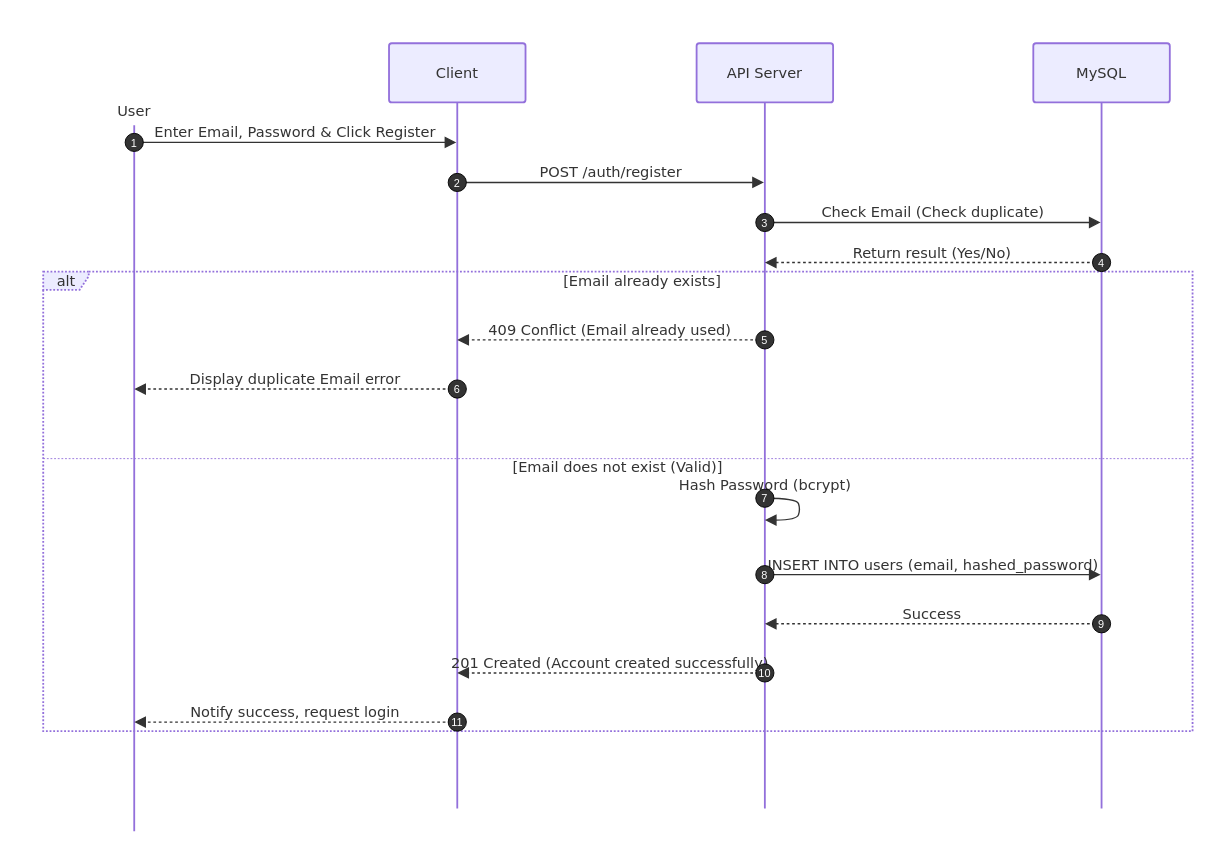
The draw.io diagram page "Registration" (12 of 14) of docs/system-design/drawio/Sequence-Diagrams.drawio in tdat-dev/Zoldify_Backend, before the edit. Source tidied: cells renumbered, new cells numbered last; positions are measured from the earlier drawing's top-left corner, leaving out a move shared by most shapes. Both pictures are drawn from the tidied source at 91%, with x=0, y=0 at pixel (15, 15).
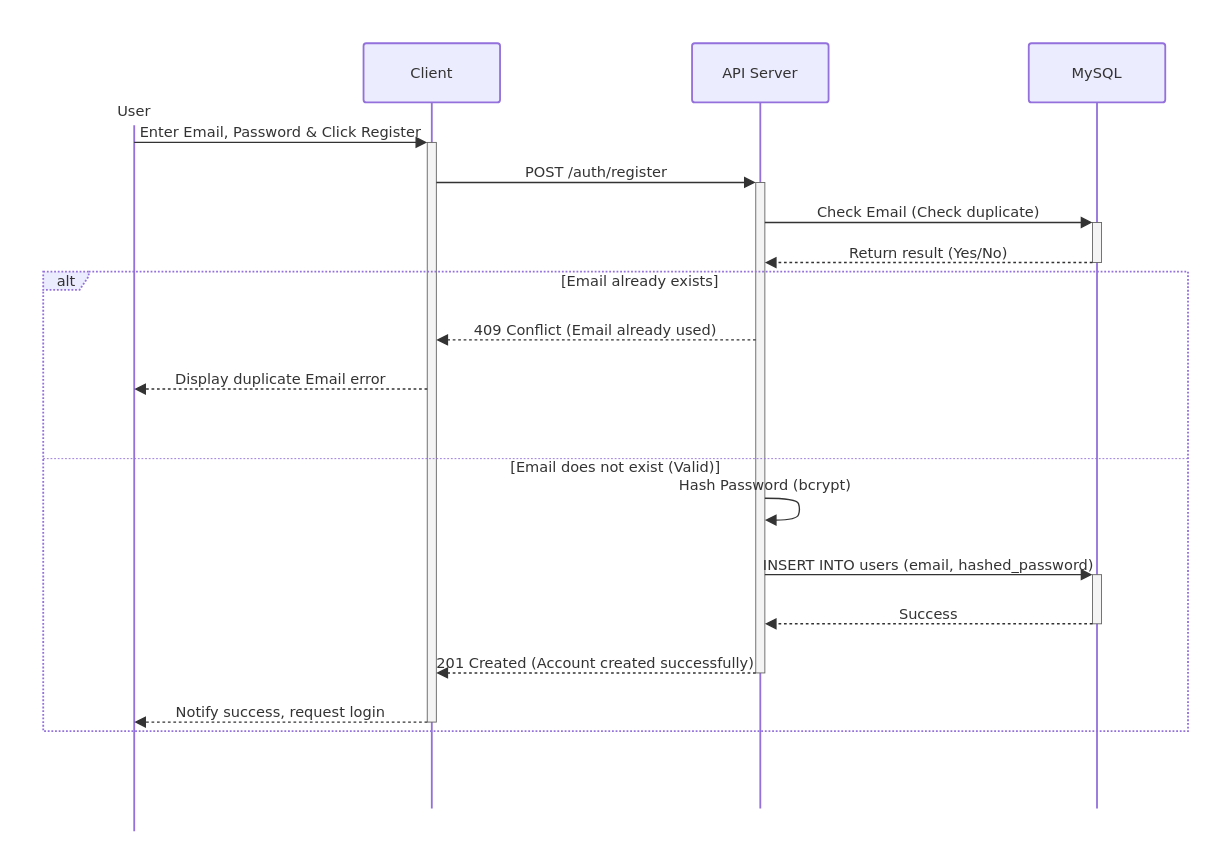
The same page after the edit.

Unchanged cells that the change refers to:
```xml
<mxCell id="2" style="group;transparentBounds=1;editIcon=1;lockedGroup=0;groupPadding=10;" parent="1" vertex="1">
  <mxGeometry as="geometry" />
</mxCell>
<mxCell id="3" value="User" style="html=1;shape=umlLifeline;perimeter=lifelinePerimeter;whiteSpace=wrap;outlineConnect=0;portConstraint=eastwest;newEdgeStyle={&quot;edgeStyle&quot;:&quot;elbowEdgeStyle&quot;,&quot;elbow&quot;:&quot;vertical&quot;,&quot;curved&quot;:0,&quot;rounded&quot;:0};lifelineDashed=0;strokeWidth=2;rounded=1;absoluteArcSize=1;arcSize=6;lifelineColor=light-dark(#9370DB,#cccccc);participant=seqActorStick;verticalAlign=bottom;align=center;spacingBottom=4;size=90;lifelineMirror=1;fillColor=light-dark(#ECECFF,#1f2020);strokeColor=light-dark(#9370DB,#cccccc);fontColor=light-dark(#333333,#cccccc);fontFamily=Trebuchet MS,Verdana,Arial,sans-serif;fontSize=16;" parent="2" vertex="1">
  <mxGeometry x="55" y="30" width="150" height="866" as="geometry" />
</mxCell>
```

What changed in the source:
```diff
@@
     <mxCell id="4" value="Client" style="html=1;shape=umlLifeline;perimeter=lifelinePerimeter;whiteSpace=wrap;outlineConnect=0;portConstraint=eastwest;newEdgeStyle={&quot;edgeStyle&quot;:&quot;elbowEdgeStyle&quot;,&quot;elbow&quot;:&quot;vertical&quot;,&quot;curved&quot;:0,&quot;rounded&quot;:0};lifelineDashed=0;strokeWidth=2;rounded=1;absoluteArcSize=1;arcSize=6;lifelineColor=light-dark(#9370DB,#cccccc);size=65;lifelineMirror=1;fillColor=light-dark(#ECECFF,#1f2020);strokeColor=light-dark(#9370DB,#cccccc);fontColor=light-dark(#333333,#cccccc);fontFamily=Trebuchet MS,Verdana,Arial,sans-serif;fontSize=16;" parent="2" vertex="1">
-      <mxGeometry x="410" y="30" width="150" height="841" as="geometry" />
+      <mxGeometry x="382" y="30" width="150" height="841" as="geometry" />
     </mxCell>
+    <mxCell id="34" style="html=1;points=[];perimeter=orthogonalPerimeter;outlineConnect=0;targetShapes=umlLifeline;portConstraint=eastwest;newEdgeStyle={&quot;edgeStyle&quot;:&quot;elbowEdgeStyle&quot;,&quot;elbow&quot;:&quot;vertical&quot;,&quot;curved&quot;:0,&quot;rounded&quot;:0};fillColor=light-dark(#f4f4f4,#2a2a2a);strokeColor=light-dark(#666666,#cccccc);fontColor=light-dark(#333333,#cccccc);fontFamily=Trebuchet MS,Verdana,Arial,sans-serif;fontSize=16;" parent="4" vertex="1">
+      <mxGeometry x="70" y="109" width="10" height="637" as="geometry" />
+    </mxCell>
     <mxCell id="5" value="API Server" style="html=1;shape=umlLifeline;perimeter=lifelinePerimeter;whiteSpace=wrap;outlineConnect=0;portConstraint=eastwest;newEdgeStyle={&quot;edgeStyle&quot;:&quot;elbowEdgeStyle&quot;,&quot;elbow&quot;:&quot;vertical&quot;,&quot;curved&quot;:0,&quot;rounded&quot;:0};lifelineDashed=0;strokeWidth=2;rounded=1;absoluteArcSize=1;arcSize=6;lifelineColor=light-dark(#9370DB,#cccccc);size=65;lifelineMirror=1;fillColor=light-dark(#ECECFF,#1f2020);strokeColor=light-dark(#9370DB,#cccccc);fontColor=light-dark(#333333,#cccccc);fontFamily=Trebuchet MS,Verdana,Arial,sans-serif;fontSize=16;" parent="2" vertex="1">
-      <mxGeometry x="748" y="30" width="150" height="841" as="geometry" />
+      <mxGeometry x="743" y="30" width="150" height="841" as="geometry" />
     </mxCell>
+    <mxCell id="35" style="html=1;points=[];perimeter=orthogonalPerimeter;outlineConnect=0;targetShapes=umlLifeline;portConstraint=eastwest;newEdgeStyle={&quot;edgeStyle&quot;:&quot;elbowEdgeStyle&quot;,&quot;elbow&quot;:&quot;vertical&quot;,&quot;curved&quot;:0,&quot;rounded&quot;:0};fillColor=light-dark(#f4f4f4,#2a2a2a);strokeColor=light-dark(#666666,#cccccc);fontColor=light-dark(#333333,#cccccc);fontFamily=Trebuchet MS,Verdana,Arial,sans-serif;fontSize=16;" parent="5" vertex="1">
+      <mxGeometry x="70" y="153" width="10" height="539" as="geometry" />
+    </mxCell>
+    <mxCell id="36" style="edgeStyle=none;curved=1;endArrow=block;endSize=9;verticalAlign=bottom;align=center;fontSize=16;labelBackgroundColor=none;strokeWidth=1.5;strokeColor=light-dark(#333333,#cccccc);fontColor=light-dark(#333333,#cccccc);fontFamily=Trebuchet MS,Verdana,Arial,sans-serif;rounded=0;" parent="5" edge="1" source="35" target="35">
+      <mxGeometry relative="1" as="geometry">
+        <Array as="points">
+          <mxPoint x="115" y="500" />
+          <mxPoint x="119" y="512" />
+          <mxPoint x="115" y="524" />
+        </Array>
+      </mxGeometry>
+    </mxCell>
     <mxCell id="6" value="MySQL" style="html=1;shape=umlLifeline;perimeter=lifelinePerimeter;whiteSpace=wrap;outlineConnect=0;portConstraint=eastwest;newEdgeStyle={&quot;edgeStyle&quot;:&quot;elbowEdgeStyle&quot;,&quot;elbow&quot;:&quot;vertical&quot;,&quot;curved&quot;:0,&quot;rounded&quot;:0};lifelineDashed=0;strokeWidth=2;rounded=1;absoluteArcSize=1;arcSize=6;lifelineColor=light-dark(#9370DB,#cccccc);size=65;lifelineMirror=1;fillColor=light-dark(#ECECFF,#1f2020);strokeColor=light-dark(#9370DB,#cccccc);fontColor=light-dark(#333333,#cccccc);fontFamily=Trebuchet MS,Verdana,Arial,sans-serif;fontSize=16;" parent="2" vertex="1">
-      <mxGeometry x="1118" y="30" width="150" height="841" as="geometry" />
+      <mxGeometry x="1113" y="30" width="150" height="841" as="geometry" />
     </mxCell>
+    <mxCell id="37" style="html=1;points=[];perimeter=orthogonalPerimeter;outlineConnect=0;targetShapes=umlLifeline;portConstraint=eastwest;newEdgeStyle={&quot;edgeStyle&quot;:&quot;elbowEdgeStyle&quot;,&quot;elbow&quot;:&quot;vertical&quot;,&quot;curved&quot;:0,&quot;rounded&quot;:0};fillColor=light-dark(#f4f4f4,#2a2a2a);strokeColor=light-dark(#666666,#cccccc);fontColor=light-dark(#333333,#cccccc);fontFamily=Trebuchet MS,Verdana,Arial,sans-serif;fontSize=16;" parent="6" vertex="1">
+      <mxGeometry x="70" y="197" width="10" height="44" as="geometry" />
+    </mxCell>
+    <mxCell id="38" style="html=1;points=[];perimeter=orthogonalPerimeter;outlineConnect=0;targetShapes=umlLifeline;portConstraint=eastwest;newEdgeStyle={&quot;edgeStyle&quot;:&quot;elbowEdgeStyle&quot;,&quot;elbow&quot;:&quot;vertical&quot;,&quot;curved&quot;:0,&quot;rounded&quot;:0};fillColor=light-dark(#f4f4f4,#2a2a2a);strokeColor=light-dark(#666666,#cccccc);fontColor=light-dark(#333333,#cccccc);fontFamily=Trebuchet MS,Verdana,Arial,sans-serif;fontSize=16;" parent="6" vertex="1">
+      <mxGeometry x="70" y="584" width="10" height="54" as="geometry" />
+    </mxCell>
     <mxCell id="7" value="alt" style="html=1;shape=umlFrame;dashed=1;fixDash=1;dashPattern=2 2;strokeWidth=2;fillColor=light-dark(#ECECFF,#1f2020);strokeColor=light-dark(#9370DB,#cccccc);fontSize=16;align=center;verticalAlign=middle;fontFamily=Trebuchet MS,Verdana,Arial,sans-serif;fontColor=light-dark(#333333,#cccccc);height=20;width=50;" parent="2" vertex="1">
-      <mxGeometry x="30" y="281" width="1263" height="505" as="geometry" />
+      <mxGeometry x="30" y="281" width="1258" height="505" as="geometry" />
     </mxCell>
     <mxCell id="8" value="[Email already exists]" style="text;strokeColor=none;fillColor=none;align=center;verticalAlign=middle;whiteSpace=wrap;fontSize=16;fontFamily=Trebuchet MS,Verdana,Arial,sans-serif;fontColor=light-dark(#333333,#cccccc);" parent="7" vertex="1">
-      <mxGeometry x="54" y="2" width="1209" height="16" as="geometry" />
+      <mxGeometry x="54" y="2" width="1204" height="16" as="geometry" />
     </mxCell>
-    <mxCell id="9" style="shape=line;dashed=1;fixDash=1;dashPattern=2 2;strokeColor=light-dark(#9370DB,#cccccc);" parent="7" vertex="1">
-      <mxGeometry y="205" width="1263" height="1" as="geometry" />
-    </mxCell>
+    <mxCell id="39" style="shape=line;dashed=1;fixDash=1;dashPattern=2 2;strokeColor=light-dark(#9370DB,#cccccc);" parent="7" vertex="1">
+      <mxGeometry y="205" width="1258" height="1" as="geometry" />
+    </mxCell>
     <mxCell id="10" value="[Email does not exist (Valid)]" style="text;strokeColor=none;fillColor=none;align=center;verticalAlign=middle;whiteSpace=wrap;fontSize=16;fontFamily=Trebuchet MS,Verdana,Arial,sans-serif;fontColor=light-dark(#333333,#cccccc);" parent="7" vertex="1">
-      <mxGeometry y="207" width="1263" height="16" as="geometry" />
+      <mxGeometry y="207" width="1258" height="16" as="geometry" />
     </mxCell>
-    <mxCell id="11" value="Enter Email, Password &amp; Click Register" style="endArrow=block;endSize=9;verticalAlign=bottom;edgeStyle=elbowEdgeStyle;elbow=vertical;curved=0;rounded=0;fontSize=16;labelBackgroundColor=none;strokeWidth=1.5;strokeColor=light-dark(#333333,#cccccc);fontColor=light-dark(#333333,#cccccc);fontFamily=Trebuchet MS,Verdana,Arial,sans-serif;" parent="2" edge="1" source="3" target="4">
+    <mxCell id="11" value="Enter Email, Password &amp; Click Register" style="endArrow=block;endSize=9;verticalAlign=bottom;edgeStyle=elbowEdgeStyle;elbow=vertical;curved=0;rounded=0;fontSize=16;labelBackgroundColor=none;strokeWidth=1.5;strokeColor=light-dark(#333333,#cccccc);fontColor=light-dark(#333333,#cccccc);fontFamily=Trebuchet MS,Verdana,Arial,sans-serif;" parent="2" edge="1" source="3" target="34">
       <mxGeometry relative="1" as="geometry">
         <Array as="points">
-          <mxPoint x="308" y="139" />
+          <mxPoint x="291" y="139" />
         </Array>
       </mxGeometry>
     </mxCell>
-    <mxCell id="12" value="1" style="ellipse;fillColor=light-dark(#333333,#cccccc);align=center;verticalAlign=middle;fontColor=light-dark(#FFFFFF,#333333);fontSize=12;" parent="2" vertex="1">
-      <mxGeometry x="120" y="129" width="20" height="20" as="geometry" />
-    </mxCell>
-    <mxCell id="13" value="POST /auth/register" style="endArrow=block;endSize=9;verticalAlign=bottom;edgeStyle=elbowEdgeStyle;elbow=vertical;curved=0;rounded=0;fontSize=16;labelBackgroundColor=none;strokeWidth=1.5;strokeColor=light-dark(#333333,#cccccc);fontColor=light-dark(#333333,#cccccc);fontFamily=Trebuchet MS,Verdana,Arial,sans-serif;" parent="2" edge="1" source="4" target="5">
+    <mxCell id="13" value="POST /auth/register" style="endArrow=block;endSize=9;verticalAlign=bottom;edgeStyle=elbowEdgeStyle;elbow=vertical;curved=0;rounded=0;fontSize=16;labelBackgroundColor=none;strokeWidth=1.5;strokeColor=light-dark(#333333,#cccccc);fontColor=light-dark(#333333,#cccccc);fontFamily=Trebuchet MS,Verdana,Arial,sans-serif;" parent="2" edge="1" source="34" target="35">
       <mxGeometry relative="1" as="geometry">
         <Array as="points">
-          <mxPoint x="654" y="183" />
+          <mxPoint x="638" y="183" />
         </Array>
       </mxGeometry>
     </mxCell>
-    <mxCell id="14" value="2" style="ellipse;fillColor=light-dark(#333333,#cccccc);align=center;verticalAlign=middle;fontColor=light-dark(#FFFFFF,#333333);fontSize=12;" parent="2" vertex="1">
-      <mxGeometry x="475" y="173" width="20" height="20" as="geometry" />
-    </mxCell>
-    <mxCell id="15" value="Check Email (Check duplicate)" style="endArrow=block;endSize=9;verticalAlign=bottom;edgeStyle=elbowEdgeStyle;elbow=vertical;curved=0;rounded=0;fontSize=16;labelBackgroundColor=none;strokeWidth=1.5;strokeColor=light-dark(#333333,#cccccc);fontColor=light-dark(#333333,#cccccc);fontFamily=Trebuchet MS,Verdana,Arial,sans-serif;" parent="2" edge="1" source="5" target="6">
+    <mxCell id="15" value="Check Email (Check duplicate)" style="endArrow=block;endSize=9;verticalAlign=bottom;edgeStyle=elbowEdgeStyle;elbow=vertical;curved=0;rounded=0;fontSize=16;labelBackgroundColor=none;strokeWidth=1.5;strokeColor=light-dark(#333333,#cccccc);fontColor=light-dark(#333333,#cccccc);fontFamily=Trebuchet MS,Verdana,Arial,sans-serif;" parent="2" edge="1" source="35" target="37">
       <mxGeometry relative="1" as="geometry">
         <Array as="points">
-          <mxPoint x="1008" y="227" />
+          <mxPoint x="1003" y="227" />
         </Array>
       </mxGeometry>
     </mxCell>
-    <mxCell id="16" value="3" style="ellipse;fillColor=light-dark(#333333,#cccccc);align=center;verticalAlign=middle;fontColor=light-dark(#FFFFFF,#333333);fontSize=12;" parent="2" vertex="1">
-      <mxGeometry x="813" y="217" width="20" height="20" as="geometry" />
-    </mxCell>
-    <mxCell id="17" value="Return result (Yes/No)" style="dashed=1;fixDash=1;dashPattern=3 3;endArrow=block;endSize=9;verticalAlign=bottom;edgeStyle=elbowEdgeStyle;elbow=vertical;curved=0;rounded=0;fontSize=16;labelBackgroundColor=none;strokeWidth=1.5;strokeColor=light-dark(#333333,#cccccc);fontColor=light-dark(#333333,#cccccc);fontFamily=Trebuchet MS,Verdana,Arial,sans-serif;" parent="2" edge="1" source="6" target="5">
+    <mxCell id="17" value="Return result (Yes/No)" style="dashed=1;fixDash=1;dashPattern=3 3;endArrow=block;endSize=9;verticalAlign=bottom;edgeStyle=elbowEdgeStyle;elbow=vertical;curved=0;rounded=0;fontSize=16;labelBackgroundColor=none;strokeWidth=1.5;strokeColor=light-dark(#333333,#cccccc);fontColor=light-dark(#333333,#cccccc);fontFamily=Trebuchet MS,Verdana,Arial,sans-serif;" parent="2" edge="1" source="37" target="35">
       <mxGeometry relative="1" as="geometry">
         <Array as="points">
-          <mxPoint x="1008" y="271" />
+          <mxPoint x="1003" y="271" />
         </Array>
       </mxGeometry>
     </mxCell>
-    <mxCell id="18" value="4" style="ellipse;fillColor=light-dark(#333333,#cccccc);align=center;verticalAlign=middle;fontColor=light-dark(#FFFFFF,#333333);fontSize=12;" parent="2" vertex="1">
-      <mxGeometry x="1183" y="261" width="20" height="20" as="geometry" />
-    </mxCell>
-    <mxCell id="19" value="409 Conflict (Email already used)" style="dashed=1;fixDash=1;dashPattern=3 3;endArrow=block;endSize=9;verticalAlign=bottom;edgeStyle=elbowEdgeStyle;elbow=vertical;curved=0;rounded=0;fontSize=16;labelBackgroundColor=none;strokeWidth=1.5;strokeColor=light-dark(#333333,#cccccc);fontColor=light-dark(#333333,#cccccc);fontFamily=Trebuchet MS,Verdana,Arial,sans-serif;" parent="2" edge="1" source="5" target="4">
+    <mxCell id="19" value="409 Conflict (Email already used)" style="dashed=1;fixDash=1;dashPattern=3 3;endArrow=block;endSize=9;verticalAlign=bottom;edgeStyle=elbowEdgeStyle;elbow=vertical;curved=0;rounded=0;fontSize=16;labelBackgroundColor=none;strokeWidth=1.5;strokeColor=light-dark(#333333,#cccccc);fontColor=light-dark(#333333,#cccccc);fontFamily=Trebuchet MS,Verdana,Arial,sans-serif;" parent="2" edge="1" source="35" target="34">
       <mxGeometry relative="1" as="geometry">
         <Array as="points">
-          <mxPoint x="654" y="356" />
+          <mxPoint x="638" y="356" />
         </Array>
       </mxGeometry>
     </mxCell>
-    <mxCell id="20" value="5" style="ellipse;fillColor=light-dark(#333333,#cccccc);align=center;verticalAlign=middle;fontColor=light-dark(#FFFFFF,#333333);fontSize=12;" parent="2" vertex="1">
-      <mxGeometry x="813" y="346" width="20" height="20" as="geometry" />
-    </mxCell>
-    <mxCell id="21" value="Display duplicate Email error" style="dashed=1;fixDash=1;dashPattern=3 3;endArrow=block;endSize=9;verticalAlign=bottom;edgeStyle=elbowEdgeStyle;elbow=vertical;curved=0;rounded=0;fontSize=16;labelBackgroundColor=none;strokeWidth=1.5;strokeColor=light-dark(#333333,#cccccc);fontColor=light-dark(#333333,#cccccc);fontFamily=Trebuchet MS,Verdana,Arial,sans-serif;" parent="2" edge="1" source="4" target="3">
+    <mxCell id="21" value="Display duplicate Email error" style="dashed=1;fixDash=1;dashPattern=3 3;endArrow=block;endSize=9;verticalAlign=bottom;edgeStyle=elbowEdgeStyle;elbow=vertical;curved=0;rounded=0;fontSize=16;labelBackgroundColor=none;strokeWidth=1.5;strokeColor=light-dark(#333333,#cccccc);fontColor=light-dark(#333333,#cccccc);fontFamily=Trebuchet MS,Verdana,Arial,sans-serif;" parent="2" edge="1" source="34" target="3">
       <mxGeometry relative="1" as="geometry">
         <Array as="points">
-          <mxPoint x="308" y="410" />
+          <mxPoint x="291" y="410" />
         </Array>
       </mxGeometry>
     </mxCell>
-    <mxCell id="22" value="6" style="ellipse;fillColor=light-dark(#333333,#cccccc);align=center;verticalAlign=middle;fontColor=light-dark(#FFFFFF,#333333);fontSize=12;" parent="2" vertex="1">
-      <mxGeometry x="475" y="400" width="20" height="20" as="geometry" />
-    </mxCell>
-    <mxCell id="23" style="edgeStyle=none;curved=1;endArrow=block;endSize=9;verticalAlign=bottom;align=center;fontSize=16;labelBackgroundColor=none;strokeWidth=1.5;strokeColor=light-dark(#333333,#cccccc);fontColor=light-dark(#333333,#cccccc);fontFamily=Trebuchet MS,Verdana,Arial,sans-serif;rounded=0;" parent="2" edge="1" source="5" target="5">
-      <mxGeometry relative="1" as="geometry">
-        <Array as="points">
-          <mxPoint x="858" y="530" />
-          <mxPoint x="862" y="542" />
-          <mxPoint x="858" y="554" />
-        </Array>
-      </mxGeometry>
-    </mxCell>
@@
-    <mxCell id="25" value="7" style="ellipse;fillColor=light-dark(#333333,#cccccc);align=center;verticalAlign=middle;fontColor=light-dark(#FFFFFF,#333333);fontSize=12;" parent="2" vertex="1">
-      <mxGeometry x="813" y="520" width="20" height="20" as="geometry" />
-    </mxCell>
-    <mxCell id="26" value="INSERT INTO users (email, hashed_password)" style="endArrow=block;endSize=9;verticalAlign=bottom;edgeStyle=elbowEdgeStyle;elbow=vertical;curved=0;rounded=0;fontSize=16;labelBackgroundColor=none;strokeWidth=1.5;strokeColor=light-dark(#333333,#cccccc);fontColor=light-dark(#333333,#cccccc);fontFamily=Trebuchet MS,Verdana,Arial,sans-serif;" parent="2" edge="1" source="5" target="6">
+    <mxCell id="26" value="INSERT INTO users (email, hashed_password)" style="endArrow=block;endSize=9;verticalAlign=bottom;edgeStyle=elbowEdgeStyle;elbow=vertical;curved=0;rounded=0;fontSize=16;labelBackgroundColor=none;strokeWidth=1.5;strokeColor=light-dark(#333333,#cccccc);fontColor=light-dark(#333333,#cccccc);fontFamily=Trebuchet MS,Verdana,Arial,sans-serif;" parent="2" edge="1" source="35" target="38">
       <mxGeometry relative="1" as="geometry">
         <Array as="points">
-          <mxPoint x="1008" y="614" />
+          <mxPoint x="1003" y="614" />
         </Array>
       </mxGeometry>
     </mxCell>
-    <mxCell id="27" value="8" style="ellipse;fillColor=light-dark(#333333,#cccccc);align=center;verticalAlign=middle;fontColor=light-dark(#FFFFFF,#333333);fontSize=12;" parent="2" vertex="1">
-      <mxGeometry x="813" y="604" width="20" height="20" as="geometry" />
-    </mxCell>
-    <mxCell id="28" value="Success" style="dashed=1;fixDash=1;dashPattern=3 3;endArrow=block;endSize=9;verticalAlign=bottom;edgeStyle=elbowEdgeStyle;elbow=vertical;curved=0;rounded=0;fontSize=16;labelBackgroundColor=none;strokeWidth=1.5;strokeColor=light-dark(#333333,#cccccc);fontColor=light-dark(#333333,#cccccc);fontFamily=Trebuchet MS,Verdana,Arial,sans-serif;" parent="2" edge="1" source="6" target="5">
+    <mxCell id="28" value="Success" style="dashed=1;fixDash=1;dashPattern=3 3;endArrow=block;endSize=9;verticalAlign=bottom;edgeStyle=elbowEdgeStyle;elbow=vertical;curved=0;rounded=0;fontSize=16;labelBackgroundColor=none;strokeWidth=1.5;strokeColor=light-dark(#333333,#cccccc);fontColor=light-dark(#333333,#cccccc);fontFamily=Trebuchet MS,Verdana,Arial,sans-serif;" parent="2" edge="1" source="38" target="35">
       <mxGeometry relative="1" as="geometry">
         <Array as="points">
-          <mxPoint x="1008" y="668" />
+          <mxPoint x="1003" y="668" />
         </Array>
       </mxGeometry>
     </mxCell>
-    <mxCell id="29" value="9" style="ellipse;fillColor=light-dark(#333333,#cccccc);align=center;verticalAlign=middle;fontColor=light-dark(#FFFFFF,#333333);fontSize=12;" parent="2" vertex="1">
-      <mxGeometry x="1183" y="658" width="20" height="20" as="geometry" />
-    </mxCell>
-    <mxCell id="30" value="201 Created (Account created successfully)" style="dashed=1;fixDash=1;dashPattern=3 3;endArrow=block;endSize=9;verticalAlign=bottom;edgeStyle=elbowEdgeStyle;elbow=vertical;curved=0;rounded=0;fontSize=16;labelBackgroundColor=none;strokeWidth=1.5;strokeColor=light-dark(#333333,#cccccc);fontColor=light-dark(#333333,#cccccc);fontFamily=Trebuchet MS,Verdana,Arial,sans-serif;" parent="2" edge="1" source="5" target="4">
+    <mxCell id="30" value="201 Created (Account created successfully)" style="dashed=1;fixDash=1;dashPattern=3 3;endArrow=block;endSize=9;verticalAlign=bottom;edgeStyle=elbowEdgeStyle;elbow=vertical;curved=0;rounded=0;fontSize=16;labelBackgroundColor=none;strokeWidth=1.5;strokeColor=light-dark(#333333,#cccccc);fontColor=light-dark(#333333,#cccccc);fontFamily=Trebuchet MS,Verdana,Arial,sans-serif;" parent="2" edge="1" source="35" target="34">
       <mxGeometry relative="1" as="geometry">
         <Array as="points">
-          <mxPoint x="654" y="722" />
+          <mxPoint x="638" y="722" />
         </Array>
       </mxGeometry>
     </mxCell>
-    <mxCell id="31" value="10" style="ellipse;fillColor=light-dark(#333333,#cccccc);align=center;verticalAlign=middle;fontColor=light-dark(#FFFFFF,#333333);fontSize=12;" parent="2" vertex="1">
-      <mxGeometry x="813" y="712" width="20" height="20" as="geometry" />
-    </mxCell>
-    <mxCell id="32" value="Notify success, request login" style="dashed=1;fixDash=1;dashPattern=3 3;endArrow=block;endSize=9;verticalAlign=bottom;edgeStyle=elbowEdgeStyle;elbow=vertical;curved=0;rounded=0;fontSize=16;labelBackgroundColor=none;strokeWidth=1.5;strokeColor=light-dark(#333333,#cccccc);fontColor=light-dark(#333333,#cccccc);fontFamily=Trebuchet MS,Verdana,Arial,sans-serif;" parent="2" edge="1" source="4" target="3">
+    <mxCell id="32" value="Notify success, request login" style="dashed=1;fixDash=1;dashPattern=3 3;endArrow=block;endSize=9;verticalAlign=bottom;edgeStyle=elbowEdgeStyle;elbow=vertical;curved=0;rounded=0;fontSize=16;labelBackgroundColor=none;strokeWidth=1.5;strokeColor=light-dark(#333333,#cccccc);fontColor=light-dark(#333333,#cccccc);fontFamily=Trebuchet MS,Verdana,Arial,sans-serif;" parent="2" edge="1" source="34" target="3">
       <mxGeometry relative="1" as="geometry">
         <Array as="points">
-          <mxPoint x="308" y="776" />
+          <mxPoint x="291" y="776" />
         </Array>
       </mxGeometry>
     </mxCell>
-    <mxCell id="33" value="11" style="ellipse;fillColor=light-dark(#333333,#cccccc);align=center;verticalAlign=middle;fontColor=light-dark(#FFFFFF,#333333);fontSize=12;" parent="2" vertex="1">
-      <mxGeometry x="475" y="766" width="20" height="20" as="geometry" />
-    </mxCell>
```
